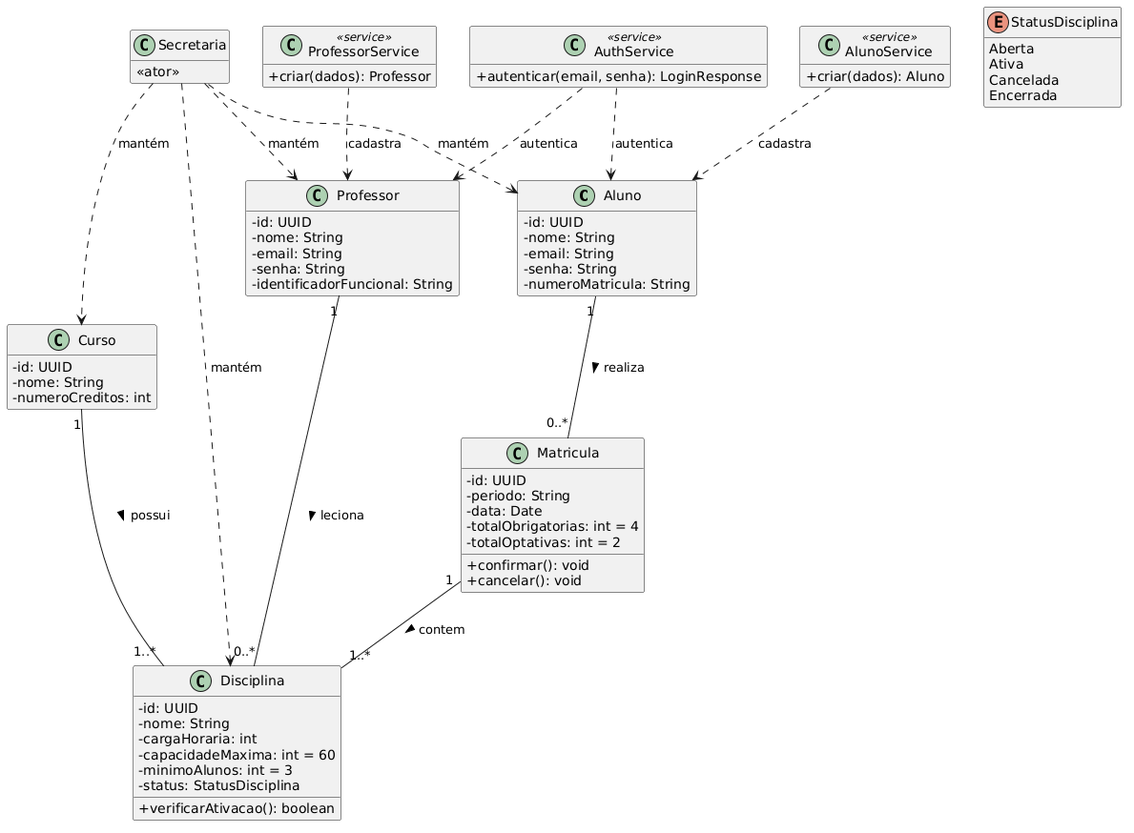
Above: Diagramas/DiagramaClasses.png in MaxJunior2002/Laboratorio-2-Projeto-de-Software (PlantUML), before the change.
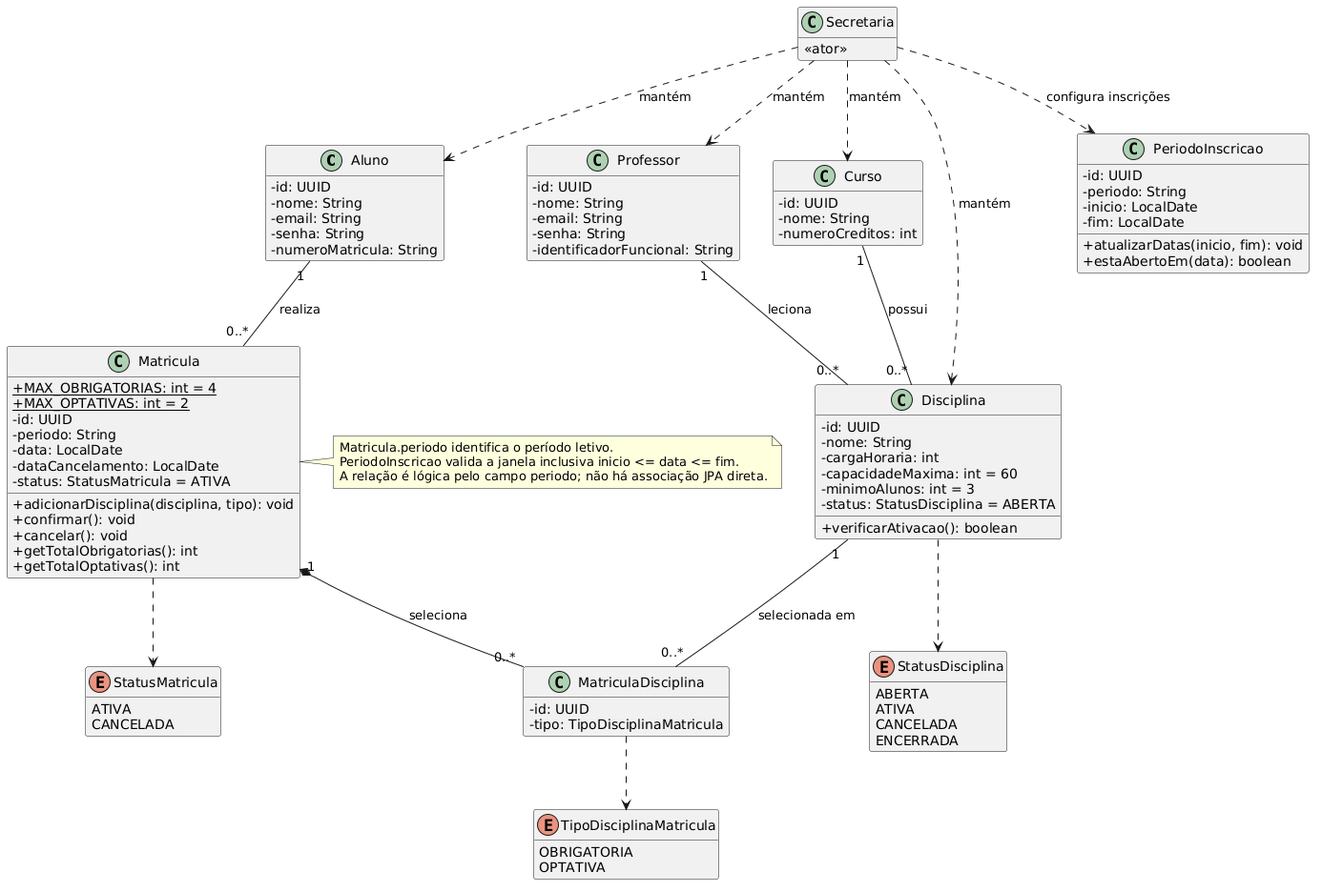
Later version of the same file.

Commit message:
docs: atualização do diagrama de classes

Change to the diagram source:
```diff
@@ -22,18 +22,6 @@
   <<ator>>
 }
 
-class AlunoService <<service>> {
-  + criar(dados): Aluno
-}
-
-class ProfessorService <<service>> {
-  + criar(dados): Professor
-}
-
-class AuthService <<service>> {
-  + autenticar(email, senha): LoginResponse
-}
-
 class Curso {
   - id: UUID
   - nome: String
@@ -46,38 +34,74 @@
   - cargaHoraria: int
   - capacidadeMaxima: int = 60
   - minimoAlunos: int = 3
-  - status: StatusDisciplina
+  - status: StatusDisciplina = ABERTA
   + verificarAtivacao(): boolean
 }
 
 class Matricula {
+  {static} + MAX_OBRIGATORIAS: int = 4
+  {static} + MAX_OPTATIVAS: int = 2
   - id: UUID
   - periodo: String
-  - data: Date
-  - totalObrigatorias: int = 4
-  - totalOptativas: int = 2
+  - data: LocalDate
+  - dataCancelamento: LocalDate
+  - status: StatusMatricula = ATIVA
+  + adicionarDisciplina(disciplina, tipo): void
   + confirmar(): void
   + cancelar(): void
+  + getTotalObrigatorias(): int
+  + getTotalOptativas(): int
+}
+
+class MatriculaDisciplina {
+  - id: UUID
+  - tipo: TipoDisciplinaMatricula
+}
+
+class PeriodoInscricao {
+  - id: UUID
+  - periodo: String
+  - inicio: LocalDate
+  - fim: LocalDate
+  + atualizarDatas(inicio, fim): void
+  + estaAbertoEm(data): boolean
 }
 
 enum StatusDisciplina {
-  Aberta
-  Ativa
-  Cancelada
-  Encerrada
+  ABERTA
+  ATIVA
+  CANCELADA
+  ENCERRADA
 }
 
-Curso "1" -- "1..*" Disciplina : possui >
-Professor "1" -- "0..*" Disciplina : leciona >
-Aluno "1" -- "0..*" Matricula : realiza >
-Matricula "1" -- "1..*" Disciplina : contem >
+enum StatusMatricula {
+  ATIVA
+  CANCELADA
+}
 
-AuthService ..> Aluno : autentica
-AuthService ..> Professor : autentica
-AlunoService ..> Aluno : cadastra
-ProfessorService ..> Professor : cadastra
+enum TipoDisciplinaMatricula {
+  OBRIGATORIA
+  OPTATIVA
+}
+
+Curso "1" -- "0..*" Disciplina : possui
+Professor "1" -- "0..*" Disciplina : leciona
+Aluno "1" -- "0..*" Matricula : realiza
+Matricula "1" *-- "0..*" MatriculaDisciplina : seleciona
+Disciplina "1" -- "0..*" MatriculaDisciplina : selecionada em
+MatriculaDisciplina ..> TipoDisciplinaMatricula
+Matricula ..> StatusMatricula
+Disciplina ..> StatusDisciplina
+
 Secretaria ..> Curso : mantém
 Secretaria ..> Disciplina : mantém
 Secretaria ..> Professor : mantém
 Secretaria ..> Aluno : mantém
+Secretaria ..> PeriodoInscricao : configura inscrições
+
+note right of Matricula
+  Matricula.periodo identifica o período letivo.
+  PeriodoInscricao valida a janela inclusiva inicio <= data <= fim.
+  A relação é lógica pelo campo periodo; não há associação JPA direta.
+end note
 @enduml
```
